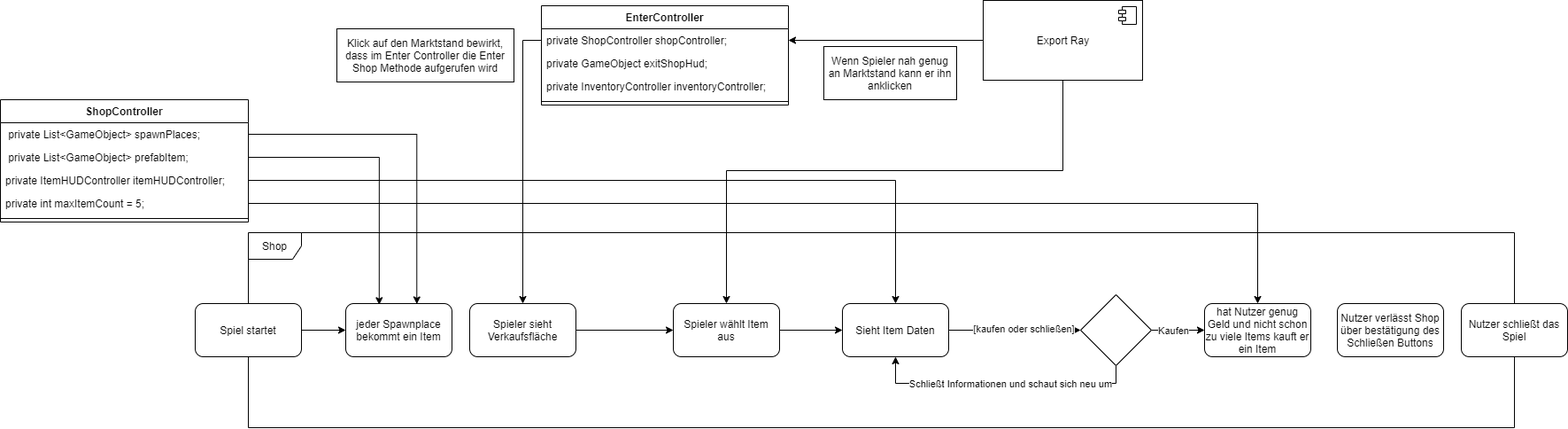
This is Diagramms/Shopsystem.png from athaeck/AUREA, a draw.io export, as it was before one commit. Source tidied: cells renumbered, new cells last; positions are measured from the earlier drawing's top-left corner, leaving out a move shared by most shapes.
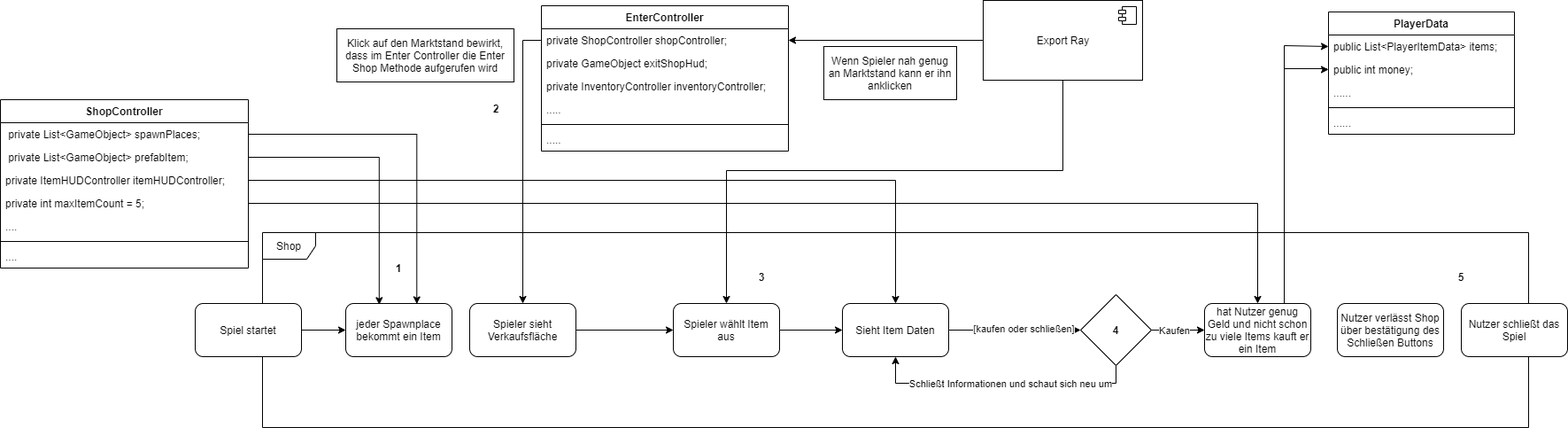
Later version of the same file.

The edit, as a diff of the source:
```diff
@@ -3,7 +3,7 @@
     <mxCell id="0" />
     <mxCell id="1" parent="0" />
     <mxCell id="2" value="ShopController" style="swimlane;fontStyle=1;align=center;verticalAlign=top;horizontal=1;startSize=26;" parent="1" vertex="1">
-      <mxGeometry y="112" width="280" height="138" as="geometry" />
+      <mxGeometry y="112" width="280" height="190" as="geometry" />
     </mxCell>
     <mxCell id="3" value=" private List&lt;GameObject&gt; spawnPlaces;" style="text;strokeColor=none;fillColor=none;align=left;verticalAlign=top;spacingLeft=4;spacingRight=4;overflow=hidden;points=[[0,0.5],[1,0.5]];portConstraint=eastwest;" parent="2" vertex="1">
       <mxGeometry y="26" width="280" height="26" as="geometry" />
@@ -17,11 +17,17 @@
     <mxCell id="6" value="private int maxItemCount = 5;" style="text;strokeColor=none;fillColor=none;align=left;verticalAlign=top;spacingLeft=4;spacingRight=4;overflow=hidden;points=[[0,0.5],[1,0.5]];portConstraint=eastwest;" parent="2" vertex="1">
       <mxGeometry y="104" width="280" height="26" as="geometry" />
     </mxCell>
-    <mxCell id="7" style="line;strokeWidth=1;fillColor=none;align=left;verticalAlign=middle;spacingTop=-1;spacingLeft=3;spacingRight=3;labelPosition=right;" parent="2" vertex="1">
-      <mxGeometry y="130" width="280" height="8" as="geometry" />
-    </mxCell>
+    <mxCell id="43" value="...." style="text;strokeColor=none;fillColor=none;align=left;verticalAlign=top;spacingLeft=4;spacingRight=4;overflow=hidden;" parent="2" vertex="1">
+      <mxGeometry y="130" width="280" height="26" as="geometry" />
+    </mxCell>
+    <mxCell id="44" style="line;strokeWidth=1;fillColor=none;align=left;verticalAlign=middle;spacingTop=-1;spacingLeft=3;spacingRight=3;labelPosition=right;" parent="2" vertex="1">
+      <mxGeometry y="156" width="280" height="8" as="geometry" />
+    </mxCell>
+    <mxCell id="45" value="...." style="text;strokeColor=none;fillColor=none;align=left;verticalAlign=top;spacingLeft=4;spacingRight=4;overflow=hidden;" parent="2" vertex="1">
+      <mxGeometry y="164" width="280" height="26" as="geometry" />
+    </mxCell>
     <mxCell id="8" value="EnterController" style="swimlane;fontStyle=1;align=center;verticalAlign=top;horizontal=1;startSize=26;" parent="1" vertex="1">
-      <mxGeometry x="611" y="6" width="279" height="112" as="geometry" />
+      <mxGeometry x="611" y="6" width="279" height="164" as="geometry" />
     </mxCell>
     <mxCell id="9" value="private ShopController shopController;" style="text;strokeColor=none;fillColor=none;align=left;verticalAlign=top;spacingLeft=4;spacingRight=4;overflow=hidden;points=[[0,0.5],[1,0.5]];portConstraint=eastwest;" parent="8" vertex="1">
       <mxGeometry y="26" width="279" height="26" as="geometry" />
@@ -32,9 +38,15 @@
     <mxCell id="11" value="private InventoryController inventoryController;" style="text;strokeColor=none;fillColor=none;align=left;verticalAlign=top;spacingLeft=4;spacingRight=4;overflow=hidden;" parent="8" vertex="1">
       <mxGeometry y="78" width="279" height="26" as="geometry" />
     </mxCell>
-    <mxCell id="12" style="line;strokeWidth=1;fillColor=none;align=left;verticalAlign=middle;spacingTop=-1;spacingLeft=3;spacingRight=3;labelPosition=right;" parent="8" vertex="1">
-      <mxGeometry y="104" width="279" height="8" as="geometry" />
-    </mxCell>
+    <mxCell id="46" value="....." style="text;strokeColor=none;fillColor=none;align=left;verticalAlign=top;spacingLeft=4;spacingRight=4;overflow=hidden;" parent="8" vertex="1">
+      <mxGeometry y="104" width="279" height="26" as="geometry" />
+    </mxCell>
+    <mxCell id="47" style="line;strokeWidth=1;fillColor=none;align=left;verticalAlign=middle;spacingTop=-1;spacingLeft=3;spacingRight=3;labelPosition=right;" parent="8" vertex="1">
+      <mxGeometry y="130" width="279" height="8" as="geometry" />
+    </mxCell>
+    <mxCell id="48" value="....." style="text;strokeColor=none;fillColor=none;align=left;verticalAlign=top;spacingLeft=4;spacingRight=4;overflow=hidden;" parent="8" vertex="1">
+      <mxGeometry y="138" width="279" height="26" as="geometry" />
+    </mxCell>
     <mxCell id="13" style="edgeStyle=orthogonalEdgeStyle;rounded=0;jettySize=auto;html=1;entryX=1;entryY=0.5;entryDx=0;entryDy=0;" parent="1" edge="1" source="15" target="9">
       <mxGeometry relative="1" as="geometry" />
     </mxCell>
@@ -49,13 +61,13 @@
     <mxCell id="15" value="Export Ray" style="html=1;" parent="1" vertex="1">
       <mxGeometry x="1110" width="180" height="90" as="geometry" />
     </mxCell>
-    <mxCell id="16" style="shape=module;jettyWidth=8;jettyHeight=4;" parent="15" vertex="1">
-      <mxGeometry x="1" width="20" height="20" relative="1" as="geometry">
-        <mxPoint x="-27" y="7" as="offset" />
-      </mxGeometry>
-    </mxCell>
+    <mxCell id="49" style="shape=module;jettyWidth=8;jettyHeight=4;" parent="15" vertex="1">
+      <mxGeometry x="1" width="20" height="20" relative="1" as="geometry">
+        <mxPoint x="-27" y="7" as="offset" />
+      </mxGeometry>
+    </mxCell>
     <mxCell id="17" value="Shop" style="shape=umlFrame;whiteSpace=wrap;html=1;" parent="1" vertex="1">
-      <mxGeometry x="280" y="262" width="1430" height="220" as="geometry" />
+      <mxGeometry x="296" y="262" width="1430" height="220" as="geometry" />
     </mxCell>
     <mxCell id="18" style="edgeStyle=orthogonalEdgeStyle;rounded=0;jettySize=auto;html=1;" parent="1" edge="1" source="19" target="20">
       <mxGeometry relative="1" as="geometry" />
@@ -93,10 +105,10 @@
     <mxCell id="29" style="edgeStyle=orthogonalEdgeStyle;rounded=0;jettySize=auto;html=1;" parent="1" edge="1" source="9" target="24">
       <mxGeometry relative="1" as="geometry" />
     </mxCell>
-    <mxCell id="30" style="edgeStyle=orthogonalEdgeStyle;rounded=0;jettySize=auto;html=1;" parent="1" edge="1" source="32" target="38">
-      <mxGeometry relative="1" as="geometry" />
-    </mxCell>
+    <mxCell id="50" style="edgeStyle=orthogonalEdgeStyle;rounded=0;jettySize=auto;html=1;" parent="1" edge="1" source="32" target="53">
+      <mxGeometry relative="1" as="geometry" />
+    </mxCell>
-    <mxCell id="31" value="[kaufen oder schließen]" style="edgeLabel;html=1;align=center;verticalAlign=middle;" parent="30" vertex="1">
+    <mxCell id="31" value="[kaufen oder schließen]" style="edgeLabel;html=1;align=center;verticalAlign=middle;" parent="50" vertex="1">
       <mxGeometry x="0.13" y="2" relative="1" as="geometry" />
     </mxCell>
     <mxCell id="32" value="Sieht Item Daten" style="rounded=1;whiteSpace=wrap;html=1;" parent="1" vertex="1">
@@ -105,33 +117,49 @@
     <mxCell id="33" style="edgeStyle=orthogonalEdgeStyle;rounded=0;jettySize=auto;html=1;" parent="1" edge="1" source="5" target="32">
       <mxGeometry relative="1" as="geometry" />
     </mxCell>
-    <mxCell id="34" style="edgeStyle=orthogonalEdgeStyle;rounded=0;jettySize=auto;html=1;" parent="1" edge="1" source="38" target="39">
-      <mxGeometry relative="1" as="geometry">
-        <Array as="points">
-          <mxPoint x="1320" y="372" />
-          <mxPoint x="1320" y="372" />
-        </Array>
-      </mxGeometry>
-    </mxCell>
+    <mxCell id="51" style="edgeStyle=orthogonalEdgeStyle;rounded=0;jettySize=auto;html=1;" parent="1" edge="1" source="53" target="39">
+      <mxGeometry relative="1" as="geometry">
+        <Array as="points">
+          <mxPoint x="1320" y="372" />
+          <mxPoint x="1320" y="372" />
+        </Array>
+      </mxGeometry>
+    </mxCell>
-    <mxCell id="35" value="Kaufen" style="edgeLabel;html=1;align=center;verticalAlign=middle;" parent="34" vertex="1">
+    <mxCell id="35" value="Kaufen" style="edgeLabel;html=1;align=center;verticalAlign=middle;" parent="51" vertex="1">
       <mxGeometry x="-0.17" relative="1" as="geometry" />
     </mxCell>
-    <mxCell id="36" style="edgeStyle=orthogonalEdgeStyle;rounded=0;jettySize=auto;html=1;entryX=0.5;entryY=1;entryDx=0;entryDy=0;" parent="1" edge="1" source="38" target="32">
-      <mxGeometry relative="1" as="geometry">
-        <Array as="points">
-          <mxPoint x="1260" y="432" />
-          <mxPoint x="1011" y="432" />
-        </Array>
-      </mxGeometry>
-    </mxCell>
+    <mxCell id="52" style="edgeStyle=orthogonalEdgeStyle;rounded=0;jettySize=auto;html=1;entryX=0.5;entryY=1;entryDx=0;entryDy=0;" parent="1" edge="1" source="53" target="32">
+      <mxGeometry relative="1" as="geometry">
+        <Array as="points">
+          <mxPoint x="1260" y="432" />
+          <mxPoint x="1011" y="432" />
+        </Array>
+      </mxGeometry>
+    </mxCell>
-    <mxCell id="37" value="Schließt Informationen und schaut sich neu um" style="edgeLabel;html=1;align=center;verticalAlign=middle;" parent="36" vertex="1">
+    <mxCell id="37" value="Schließt Informationen und schaut sich neu um" style="edgeLabel;html=1;align=center;verticalAlign=middle;" parent="52" vertex="1">
       <mxGeometry x="0.06" relative="1" as="geometry">
         <mxPoint x="19" as="offset" />
       </mxGeometry>
     </mxCell>
-    <mxCell id="38" style="rhombus;whiteSpace=wrap;html=1;" parent="1" vertex="1">
-      <mxGeometry x="1220" y="332" width="80" height="80" as="geometry" />
-    </mxCell>
+    <mxCell id="53" style="rhombus;whiteSpace=wrap;html=1;" parent="1" vertex="1">
+      <mxGeometry x="1220" y="332" width="80" height="80" as="geometry" />
+    </mxCell>
+    <mxCell id="54" style="edgeStyle=orthogonalEdgeStyle;rounded=0;jettySize=auto;html=1;entryX=0;entryY=0.5;entryDx=0;entryDy=0;" parent="1" edge="1" source="39" target="57">
+      <mxGeometry relative="1" as="geometry">
+        <Array as="points">
+          <mxPoint x="1450" y="51" />
+        </Array>
+      </mxGeometry>
+    </mxCell>
+    <mxCell id="55" style="edgeStyle=orthogonalEdgeStyle;rounded=0;jettySize=auto;html=1;entryX=0;entryY=0.5;entryDx=0;entryDy=0;" parent="1" edge="1" source="39" target="58">
+      <mxGeometry relative="1" as="geometry">
+        <Array as="points">
+          <mxPoint x="1450" y="77" />
+          <mxPoint x="1498" y="77" />
+          <mxPoint x="1498" y="78" />
+        </Array>
+      </mxGeometry>
+    </mxCell>
     <mxCell id="39" value="hat Nutzer genug Geld und nicht schon zu viele Items kauft er ein Item" style="rounded=1;whiteSpace=wrap;html=1;" parent="1" vertex="1">
       <mxGeometry x="1360" y="342" width="120" height="60" as="geometry" />
     </mxCell>
@@ -144,5 +172,38 @@
     <mxCell id="42" value="Nutzer schließt das Spiel" style="rounded=1;whiteSpace=wrap;html=1;" parent="1" vertex="1">
       <mxGeometry x="1650" y="342" width="120" height="60" as="geometry" />
     </mxCell>
+    <mxCell id="56" value="PlayerData" style="swimlane;fontStyle=1;align=center;verticalAlign=top;horizontal=1;startSize=26;" parent="1" vertex="1">
+      <mxGeometry x="1500" y="13" width="210" height="138" as="geometry" />
+    </mxCell>
+    <mxCell id="57" value="public List&lt;PlayerItemData&gt; items;" style="text;strokeColor=none;fillColor=none;align=left;verticalAlign=top;spacingLeft=4;spacingRight=4;overflow=hidden;points=[[0,0.5],[1,0.5]];portConstraint=eastwest;" parent="56" vertex="1">
+      <mxGeometry y="26" width="210" height="26" as="geometry" />
+    </mxCell>
+    <mxCell id="58" value="public int money;" style="text;strokeColor=none;fillColor=none;align=left;verticalAlign=top;spacingLeft=4;spacingRight=4;overflow=hidden;points=[[0,0.5],[1,0.5]];portConstraint=eastwest;" parent="56" vertex="1">
+      <mxGeometry y="52" width="210" height="26" as="geometry" />
+    </mxCell>
+    <mxCell id="59" value="......" style="text;strokeColor=none;fillColor=none;align=left;verticalAlign=top;spacingLeft=4;spacingRight=4;overflow=hidden;" parent="56" vertex="1">
+      <mxGeometry y="78" width="210" height="26" as="geometry" />
+    </mxCell>
+    <mxCell id="60" style="line;strokeWidth=1;fillColor=none;align=left;verticalAlign=middle;spacingTop=-1;spacingLeft=3;spacingRight=3;labelPosition=right;" parent="56" vertex="1">
+      <mxGeometry y="104" width="210" height="8" as="geometry" />
+    </mxCell>
+    <mxCell id="61" value="......" style="text;strokeColor=none;fillColor=none;align=left;verticalAlign=top;spacingLeft=4;spacingRight=4;overflow=hidden;" parent="56" vertex="1">
+      <mxGeometry y="112" width="210" height="26" as="geometry" />
+    </mxCell>
+    <mxCell id="62" value="&lt;b&gt;1&lt;/b&gt;" style="text;html=1;strokeColor=none;fillColor=none;align=center;verticalAlign=middle;whiteSpace=wrap;rounded=0;sketch=0;" parent="1" vertex="1">
+      <mxGeometry x="430" y="292" width="40" height="20" as="geometry" />
+    </mxCell>
+    <mxCell id="63" value="&lt;b&gt;2&lt;/b&gt;" style="text;html=1;strokeColor=none;fillColor=none;align=center;verticalAlign=middle;whiteSpace=wrap;rounded=0;sketch=0;" parent="1" vertex="1">
+      <mxGeometry x="540" y="112" width="40" height="20" as="geometry" />
+    </mxCell>
+    <mxCell id="64" value="&lt;b&gt;3&lt;/b&gt;" style="text;html=1;strokeColor=none;fillColor=none;align=center;verticalAlign=middle;whiteSpace=wrap;rounded=0;sketch=0;" parent="1" vertex="1">
+      <mxGeometry x="840" y="302" width="40" height="20" as="geometry" />
+    </mxCell>
+    <mxCell id="65" value="&lt;b&gt;4&lt;/b&gt;" style="text;html=1;strokeColor=none;fillColor=none;align=center;verticalAlign=middle;whiteSpace=wrap;rounded=0;sketch=0;" parent="1" vertex="1">
+      <mxGeometry x="1240" y="362" width="40" height="20" as="geometry" />
+    </mxCell>
+    <mxCell id="66" value="&lt;b&gt;5&lt;/b&gt;" style="text;html=1;strokeColor=none;fillColor=none;align=center;verticalAlign=middle;whiteSpace=wrap;rounded=0;sketch=0;" parent="1" vertex="1">
+      <mxGeometry x="1630" y="302" width="40" height="20" as="geometry" />
+    </mxCell>
   </root>
 </mxGraphModel>
```
